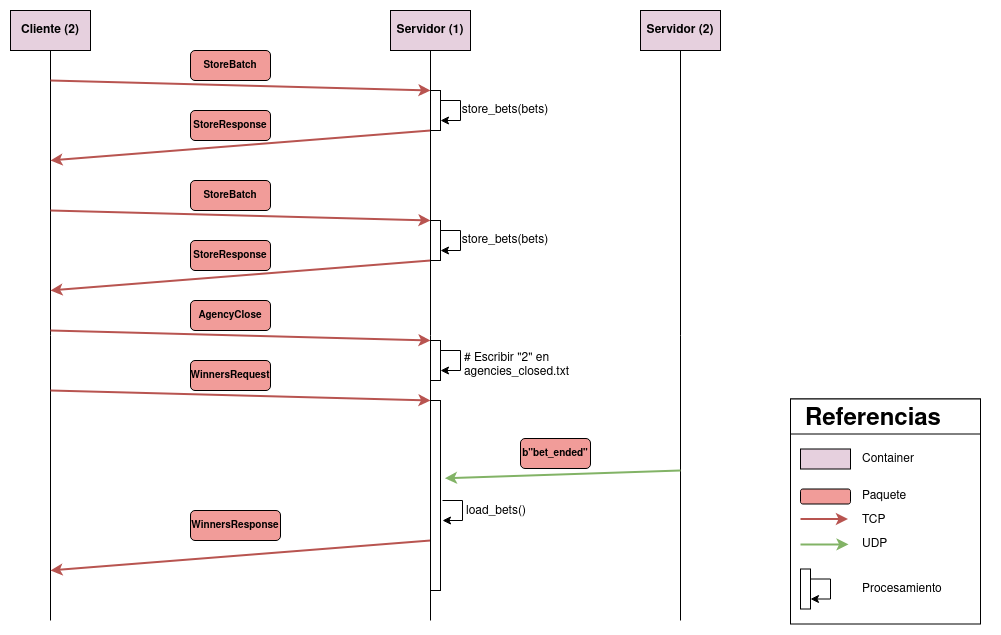
Above: resources/diagrama_seq.png in efoppiano/tp0 (draw.io), before the change. Source tidied: cells renumbered, new cells last; positions are measured from the earlier drawing's top-left corner, leaving out a move shared by most shapes.
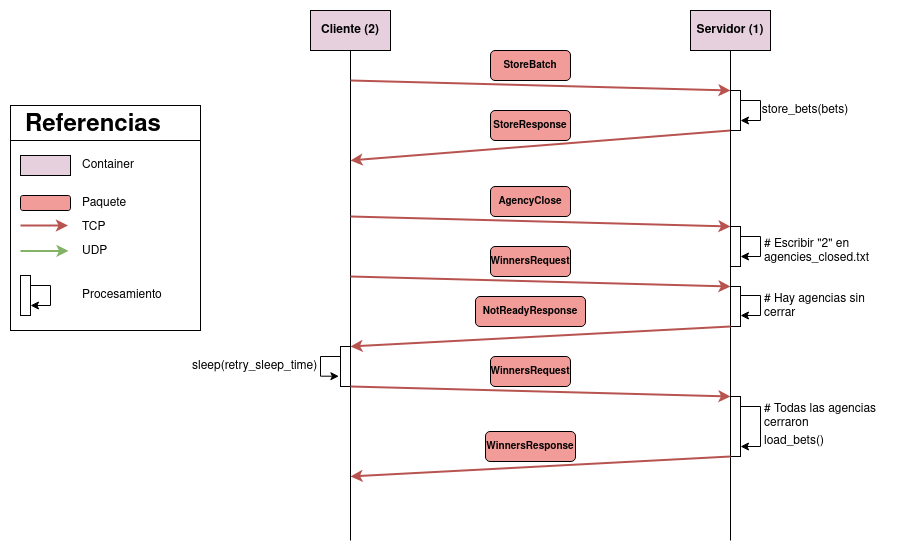
Later version of the same file.

The edit, as a diff of the source:
```diff
@@ -3,14 +3,14 @@
     <mxCell id="0" />
     <mxCell id="1" parent="0" />
     <mxCell id="2" style="rounded=0;whiteSpace=wrap;html=1;" parent="1" vertex="1">
-      <mxGeometry x="780" y="388.5" width="190" height="225" as="geometry" />
+      <mxGeometry x="-300" y="95" width="190" height="225" as="geometry" />
     </mxCell>
     <mxCell id="3" style="rounded=0;whiteSpace=wrap;html=1;" parent="1" vertex="1">
-      <mxGeometry x="780" y="388.5" width="190" height="35" as="geometry" />
+      <mxGeometry x="-300" y="95" width="190" height="35" as="geometry" />
     </mxCell>
     <mxCell id="4" style="edgeStyle=orthogonalEdgeStyle;rounded=0;jettySize=auto;html=1;endArrow=none;endFill=0;" parent="1" edge="1" source="5">
       <mxGeometry relative="1" as="geometry">
-        <mxPoint x="40" y="610" as="targetPoint" />
+        <mxPoint x="40" y="530" as="targetPoint" />
       </mxGeometry>
     </mxCell>
     <mxCell id="5" value="&lt;b&gt;Cliente&lt;/b&gt; &lt;b&gt;(2)&lt;/b&gt;" style="rounded=0;whiteSpace=wrap;html=1;fillColor=#E6D0DE;" parent="1" vertex="1">
@@ -51,163 +51,164 @@
     <mxCell id="13" value="&lt;b&gt;&lt;font style=&quot;font-size: 11px;&quot;&gt;&lt;font style=&quot;font-size: 10px;&quot;&gt;StoreResponse&lt;/font&gt;&lt;/font&gt;&lt;/b&gt;" style="rounded=1;whiteSpace=wrap;html=1;fillColor=#F19C99;" parent="1" vertex="1">
       <mxGeometry x="180" y="100" width="80" height="30" as="geometry" />
     </mxCell>
-    <mxCell id="14" style="endArrow=classic;html=1;rounded=0;fillColor=#f8cecc;strokeColor=#b85450;strokeWidth=2;" parent="1" edge="1">
-      <mxGeometry relative="1" as="geometry">
-        <mxPoint x="40" y="200" as="sourcePoint" />
-        <mxPoint x="420" y="210" as="targetPoint" />
-      </mxGeometry>
-    </mxCell>
-    <mxCell id="15" value="&lt;font style=&quot;font-size: 11px;&quot;&gt;&lt;b&gt;&lt;font style=&quot;font-size: 10px;&quot;&gt;StoreBatch&lt;/font&gt;&lt;/b&gt;&lt;/font&gt;" style="rounded=1;whiteSpace=wrap;html=1;fillColor=#F19C99;" parent="1" vertex="1">
-      <mxGeometry x="180" y="170" width="80" height="30" as="geometry" />
-    </mxCell>
-    <mxCell id="16" style="endArrow=classic;html=1;rounded=0;fillColor=#f8cecc;strokeColor=#b85450;strokeWidth=2;" parent="1" edge="1">
-      <mxGeometry relative="1" as="geometry">
-        <mxPoint x="420" y="250" as="sourcePoint" />
-        <mxPoint x="40" y="280" as="targetPoint" />
-      </mxGeometry>
-    </mxCell>
-    <mxCell id="17" value="&lt;b&gt;&lt;font style=&quot;font-size: 11px;&quot;&gt;&lt;font style=&quot;font-size: 10px;&quot;&gt;StoreResponse&lt;/font&gt;&lt;/font&gt;&lt;/b&gt;" style="rounded=1;whiteSpace=wrap;html=1;fillColor=#F19C99;" parent="1" vertex="1">
-      <mxGeometry x="180" y="230" width="80" height="30" as="geometry" />
-    </mxCell>
-    <mxCell id="18" style="rounded=0;whiteSpace=wrap;html=1;" parent="1" vertex="1">
-      <mxGeometry x="420" y="210" width="10" height="40" as="geometry" />
-    </mxCell>
-    <mxCell id="19" style="edgeStyle=orthogonalEdgeStyle;rounded=0;orthogonalLoop=1;jettySize=auto;html=1;entryX=1;entryY=0.75;entryDx=0;entryDy=0;" parent="1" edge="1" source="18" target="18">
-      <mxGeometry relative="1" as="geometry">
-        <Array as="points">
-          <mxPoint x="450" y="220" />
-          <mxPoint x="450" y="240" />
-        </Array>
-      </mxGeometry>
-    </mxCell>
-    <mxCell id="20" value="store_bets(bets)" style="text;html=1;strokeColor=none;fillColor=none;align=center;verticalAlign=middle;whiteSpace=wrap;rounded=0;" parent="1" vertex="1">
-      <mxGeometry x="450" y="215" width="90" height="30" as="geometry" />
-    </mxCell>
     <mxCell id="21" style="endArrow=classic;html=1;rounded=0;fillColor=#f8cecc;strokeColor=#b85450;strokeWidth=2;" parent="1" edge="1">
       <mxGeometry relative="1" as="geometry">
-        <mxPoint x="40" y="320" as="sourcePoint" />
-        <mxPoint x="420" y="330" as="targetPoint" />
+        <mxPoint x="40" y="206" as="sourcePoint" />
+        <mxPoint x="420" y="216" as="targetPoint" />
       </mxGeometry>
     </mxCell>
     <mxCell id="22" value="&lt;font style=&quot;font-size: 11px;&quot;&gt;&lt;font style=&quot;font-size: 10px;&quot;&gt;AgencyClose&lt;/font&gt;&lt;/font&gt;" style="rounded=1;whiteSpace=wrap;html=1;fontStyle=1;fillColor=#F19C99;" parent="1" vertex="1">
-      <mxGeometry x="180" y="290" width="80" height="30" as="geometry" />
+      <mxGeometry x="180" y="176" width="80" height="30" as="geometry" />
     </mxCell>
     <mxCell id="23" style="rounded=0;whiteSpace=wrap;html=1;" parent="1" vertex="1">
-      <mxGeometry x="420" y="330" width="10" height="40" as="geometry" />
+      <mxGeometry x="420" y="216" width="10" height="40" as="geometry" />
     </mxCell>
     <mxCell id="24" style="edgeStyle=orthogonalEdgeStyle;rounded=0;orthogonalLoop=1;jettySize=auto;html=1;entryX=1;entryY=0.75;entryDx=0;entryDy=0;" parent="1" edge="1" source="23" target="23">
       <mxGeometry relative="1" as="geometry">
         <Array as="points">
-          <mxPoint x="450" y="340" />
-          <mxPoint x="450" y="360" />
+          <mxPoint x="450" y="226" />
+          <mxPoint x="450" y="246" />
         </Array>
       </mxGeometry>
     </mxCell>
     <mxCell id="25" value="&lt;div align=&quot;left&quot;&gt;# Escribir &quot;2&quot; en agencies_closed.txt&lt;/div&gt;" style="text;html=1;strokeColor=none;fillColor=none;align=left;verticalAlign=middle;whiteSpace=wrap;rounded=0;" parent="1" vertex="1">
-      <mxGeometry x="452" y="340" width="110" height="30" as="geometry" />
+      <mxGeometry x="452" y="226" width="110" height="30" as="geometry" />
     </mxCell>
     <mxCell id="26" style="endArrow=classic;html=1;rounded=0;fillColor=#f8cecc;strokeColor=#b85450;strokeWidth=2;" parent="1" edge="1">
       <mxGeometry relative="1" as="geometry">
-        <mxPoint x="40" y="380" as="sourcePoint" />
-        <mxPoint x="420" y="390" as="targetPoint" />
+        <mxPoint x="40" y="266" as="sourcePoint" />
+        <mxPoint x="420" y="276" as="targetPoint" />
       </mxGeometry>
     </mxCell>
     <mxCell id="27" value="&lt;font style=&quot;font-size: 11px;&quot;&gt;&lt;font style=&quot;font-size: 10px;&quot;&gt;WinnersRequest&lt;/font&gt;&lt;/font&gt;" style="rounded=1;whiteSpace=wrap;html=1;fontStyle=1;fillColor=#F19C99;" parent="1" vertex="1">
-      <mxGeometry x="180" y="350" width="80" height="30" as="geometry" />
+      <mxGeometry x="180" y="236" width="80" height="30" as="geometry" />
     </mxCell>
     <mxCell id="28" style="rounded=0;whiteSpace=wrap;html=1;" parent="1" vertex="1">
-      <mxGeometry x="420" y="390" width="10" height="190" as="geometry" />
+      <mxGeometry x="420" y="276" width="10" height="40" as="geometry" />
     </mxCell>
-    <mxCell id="29" style="edgeStyle=orthogonalEdgeStyle;rounded=0;orthogonalLoop=1;jettySize=auto;html=1;entryX=1;entryY=0.75;entryDx=0;entryDy=0;" parent="1" edge="1">
+    <mxCell id="29" style="edgeStyle=orthogonalEdgeStyle;rounded=0;jettySize=auto;html=1;" parent="1" edge="1" target="59">
       <mxGeometry relative="1" as="geometry">
-        <mxPoint x="432" y="490" as="sourcePoint" />
-        <mxPoint x="432" y="510" as="targetPoint" />
+        <mxPoint x="430" y="396" as="sourcePoint" />
         <Array as="points">
-          <mxPoint x="452" y="490" />
-          <mxPoint x="452" y="510" />
+          <mxPoint x="450" y="396" />
+          <mxPoint x="450" y="436" />
         </Array>
       </mxGeometry>
     </mxCell>
     <mxCell id="30" value="&lt;div align=&quot;left&quot;&gt;load_bets()&lt;br&gt;&lt;/div&gt;" style="text;html=1;strokeColor=none;fillColor=none;align=left;verticalAlign=middle;whiteSpace=wrap;rounded=0;" parent="1" vertex="1">
-      <mxGeometry x="454" y="486" width="110" height="30" as="geometry" />
+      <mxGeometry x="452" y="416" width="110" height="30" as="geometry" />
     </mxCell>
-    <mxCell id="31" style="endArrow=classic;html=1;rounded=0;fillColor=#f8cecc;strokeColor=#b85450;strokeWidth=2;" parent="1" edge="1">
-      <mxGeometry relative="1" as="geometry">
-        <mxPoint x="420" y="530" as="sourcePoint" />
-        <mxPoint x="40" y="560" as="targetPoint" />
-      </mxGeometry>
-    </mxCell>
-    <mxCell id="32" value="&lt;font style=&quot;font-size: 11px;&quot;&gt;&lt;font style=&quot;font-size: 10px;&quot;&gt;WinnersResponse&lt;/font&gt;&lt;/font&gt;" style="rounded=1;whiteSpace=wrap;html=1;fontStyle=1;fillColor=#F19C99;" parent="1" vertex="1">
-      <mxGeometry x="180" y="500" width="90" height="30" as="geometry" />
-    </mxCell>
     <mxCell id="33" style="edgeStyle=orthogonalEdgeStyle;rounded=0;orthogonalLoop=1;jettySize=auto;html=1;endArrow=none;endFill=0;" parent="1" edge="1">
       <mxGeometry relative="1" as="geometry">
         <mxPoint x="420" y="40" as="sourcePoint" />
-        <mxPoint x="420" y="610" as="targetPoint" />
+        <mxPoint x="420" y="530" as="targetPoint" />
       </mxGeometry>
     </mxCell>
     <mxCell id="34" value="&lt;h1&gt;Referencias&lt;/h1&gt;&lt;p&gt;&lt;br&gt;&lt;/p&gt;" style="text;html=1;strokeColor=none;fillColor=none;spacing=5;spacingTop=-20;whiteSpace=wrap;overflow=hidden;rounded=0;" parent="1" vertex="1">
-      <mxGeometry x="790" y="388.5" width="190" height="120" as="geometry" />
+      <mxGeometry x="-290" y="95" width="190" height="120" as="geometry" />
     </mxCell>
     <mxCell id="35" style="rounded=0;whiteSpace=wrap;html=1;fillColor=#E6D0DE;" parent="1" vertex="1">
-      <mxGeometry x="790" y="438.5" width="50" height="20" as="geometry" />
+      <mxGeometry x="-290" y="145" width="50" height="20" as="geometry" />
     </mxCell>
     <mxCell id="36" value="&lt;div align=&quot;left&quot;&gt;Container&lt;/div&gt;" style="text;html=1;strokeColor=none;fillColor=none;align=left;verticalAlign=middle;whiteSpace=wrap;rounded=0;" parent="1" vertex="1">
-      <mxGeometry x="850" y="441" width="60" height="15" as="geometry" />
+      <mxGeometry x="-230" y="147.5" width="60" height="15" as="geometry" />
     </mxCell>
     <mxCell id="37" style="rounded=1;whiteSpace=wrap;html=1;fillColor=#F19C99;" parent="1" vertex="1">
-      <mxGeometry x="790" y="478.5" width="50" height="15" as="geometry" />
+      <mxGeometry x="-290" y="185" width="50" height="15" as="geometry" />
     </mxCell>
     <mxCell id="38" value="Paquete" style="text;html=1;strokeColor=none;fillColor=none;align=left;verticalAlign=middle;whiteSpace=wrap;rounded=0;" parent="1" vertex="1">
-      <mxGeometry x="850" y="478.5" width="60" height="15" as="geometry" />
+      <mxGeometry x="-230" y="185" width="60" height="15" as="geometry" />
     </mxCell>
     <mxCell id="39" style="endArrow=classic;html=1;rounded=0;fillColor=#f8cecc;strokeColor=#b85450;entryX=0.25;entryY=1;entryDx=0;entryDy=0;strokeWidth=2;" parent="1" edge="1" target="34">
       <mxGeometry relative="1" as="geometry">
-        <mxPoint x="790" y="508.5" as="sourcePoint" />
+        <mxPoint x="-290" y="215" as="sourcePoint" />
       </mxGeometry>
     </mxCell>
     <mxCell id="40" value="&lt;div align=&quot;left&quot;&gt;TCP&lt;/div&gt;" style="text;html=1;strokeColor=none;fillColor=none;align=left;verticalAlign=middle;whiteSpace=wrap;rounded=0;" parent="1" vertex="1">
-      <mxGeometry x="850" y="502.5" width="60" height="15" as="geometry" />
+      <mxGeometry x="-230" y="209" width="60" height="15" as="geometry" />
     </mxCell>
     <mxCell id="41" style="rounded=0;whiteSpace=wrap;html=1;" parent="1" vertex="1">
-      <mxGeometry x="790" y="558.5" width="10" height="40" as="geometry" />
+      <mxGeometry x="-290" y="265" width="10" height="40" as="geometry" />
     </mxCell>
     <mxCell id="42" style="edgeStyle=orthogonalEdgeStyle;rounded=0;orthogonalLoop=1;jettySize=auto;html=1;entryX=1;entryY=0.75;entryDx=0;entryDy=0;" parent="1" edge="1" source="41" target="41">
       <mxGeometry relative="1" as="geometry">
         <Array as="points">
-          <mxPoint x="820" y="568.5" />
-          <mxPoint x="820" y="588.5" />
+          <mxPoint x="-260" y="275" />
+          <mxPoint x="-260" y="295" />
         </Array>
       </mxGeometry>
     </mxCell>
     <mxCell id="43" value="Procesamiento" style="text;html=1;strokeColor=none;fillColor=none;align=left;verticalAlign=middle;whiteSpace=wrap;rounded=0;" parent="1" vertex="1">
-      <mxGeometry x="850" y="571" width="60" height="15" as="geometry" />
+      <mxGeometry x="-230" y="277.5" width="60" height="15" as="geometry" />
     </mxCell>
-    <mxCell id="44" value="Servidor (2)" style="rounded=0;whiteSpace=wrap;html=1;fontStyle=1;fillColor=#E6D0DE;" parent="1" vertex="1">
-      <mxGeometry x="630" width="80" height="40" as="geometry" />
-    </mxCell>
-    <mxCell id="45" style="edgeStyle=orthogonalEdgeStyle;rounded=0;orthogonalLoop=1;jettySize=auto;html=1;endArrow=none;endFill=0;" parent="1" edge="1">
-      <mxGeometry relative="1" as="geometry">
-        <mxPoint x="670" y="40" as="sourcePoint" />
-        <mxPoint x="670" y="610" as="targetPoint" />
-      </mxGeometry>
-    </mxCell>
-    <mxCell id="46" style="endArrow=classic;html=1;rounded=0;fillColor=#d5e8d4;strokeColor=#82b366;entryX=1.441;entryY=0.409;entryDx=0;entryDy=0;entryPerimeter=0;strokeWidth=2;" parent="1" edge="1" target="28">
-      <mxGeometry relative="1" as="geometry">
-        <mxPoint x="670" y="460" as="sourcePoint" />
-      </mxGeometry>
-    </mxCell>
-    <mxCell id="47" value="&lt;font style=&quot;font-size: 11px;&quot;&gt;&lt;font style=&quot;font-size: 10px;&quot;&gt;b&quot;bet_ended&quot;&lt;/font&gt;&lt;/font&gt;" style="rounded=1;whiteSpace=wrap;html=1;fontStyle=1;fillColor=#F19C99;" parent="1" vertex="1">
-      <mxGeometry x="510" y="428" width="70" height="30" as="geometry" />
-    </mxCell>
     <mxCell id="48" value="UDP" style="text;html=1;strokeColor=none;fillColor=none;align=left;verticalAlign=middle;whiteSpace=wrap;rounded=0;" parent="1" vertex="1">
-      <mxGeometry x="850" y="526.5" width="60" height="15" as="geometry" />
+      <mxGeometry x="-230" y="233" width="60" height="15" as="geometry" />
     </mxCell>
     <mxCell id="49" style="endArrow=classic;html=1;rounded=0;fillColor=#d5e8d4;strokeColor=#82b366;entryX=0.25;entryY=1;entryDx=0;entryDy=0;strokeWidth=2;" parent="1" edge="1">
       <mxGeometry relative="1" as="geometry">
-        <mxPoint x="790" y="533.9" as="sourcePoint" />
-        <mxPoint x="838" y="533.9" as="targetPoint" />
+        <mxPoint x="-290" y="240.4" as="sourcePoint" />
+        <mxPoint x="-242" y="240.4" as="targetPoint" />
       </mxGeometry>
     </mxCell>
+    <mxCell id="50" style="edgeStyle=orthogonalEdgeStyle;rounded=0;orthogonalLoop=1;jettySize=auto;html=1;entryX=1;entryY=0.75;entryDx=0;entryDy=0;" parent="1" edge="1">
+      <mxGeometry relative="1" as="geometry">
+        <mxPoint x="430" y="285" as="sourcePoint" />
+        <mxPoint x="430" y="305" as="targetPoint" />
+        <Array as="points">
+          <mxPoint x="450" y="285" />
+          <mxPoint x="450" y="305" />
+        </Array>
+      </mxGeometry>
+    </mxCell>
+    <mxCell id="51" value="# Hay agencias sin cerrar" style="text;html=1;strokeColor=none;fillColor=none;align=left;verticalAlign=middle;whiteSpace=wrap;rounded=0;" parent="1" vertex="1">
+      <mxGeometry x="452" y="281" width="128" height="30" as="geometry" />
+    </mxCell>
+    <mxCell id="52" style="endArrow=classic;html=1;rounded=0;fillColor=#f8cecc;strokeColor=#b85450;strokeWidth=2;" parent="1" edge="1">
+      <mxGeometry relative="1" as="geometry">
+        <mxPoint x="420" y="316" as="sourcePoint" />
+        <mxPoint x="40" y="336" as="targetPoint" />
+      </mxGeometry>
+    </mxCell>
+    <mxCell id="53" value="&lt;font style=&quot;font-size: 11px;&quot;&gt;&lt;font style=&quot;font-size: 10px;&quot;&gt;NotReadyResponse&lt;/font&gt;&lt;/font&gt;" style="rounded=1;whiteSpace=wrap;html=1;fontStyle=1;fillColor=#F19C99;" parent="1" vertex="1">
+      <mxGeometry x="165" y="286" width="110" height="30" as="geometry" />
+    </mxCell>
+    <mxCell id="54" style="rounded=0;whiteSpace=wrap;html=1;" parent="1" vertex="1">
+      <mxGeometry x="30" y="336" width="10" height="40" as="geometry" />
+    </mxCell>
+    <mxCell id="55" style="edgeStyle=orthogonalEdgeStyle;rounded=0;orthogonalLoop=1;jettySize=auto;html=1;entryX=-0.162;entryY=0.743;entryDx=0;entryDy=0;exitX=0;exitY=0.25;exitDx=0;exitDy=0;entryPerimeter=0;" parent="1" edge="1" source="54" target="54">
+      <mxGeometry relative="1" as="geometry">
+        <Array as="points">
+          <mxPoint x="10" y="346" />
+          <mxPoint x="10" y="366" />
+        </Array>
+      </mxGeometry>
+    </mxCell>
+    <mxCell id="56" value="sleep(retry_sleep_time)" style="text;html=1;strokeColor=none;fillColor=none;align=left;verticalAlign=middle;whiteSpace=wrap;rounded=0;" parent="1" vertex="1">
+      <mxGeometry x="-120" y="341" width="128" height="30" as="geometry" />
+    </mxCell>
+    <mxCell id="57" style="endArrow=classic;html=1;rounded=0;fillColor=#f8cecc;strokeColor=#b85450;strokeWidth=2;" parent="1" edge="1">
+      <mxGeometry relative="1" as="geometry">
+        <mxPoint x="40" y="376" as="sourcePoint" />
+        <mxPoint x="420" y="386" as="targetPoint" />
+      </mxGeometry>
+    </mxCell>
+    <mxCell id="58" value="&lt;font style=&quot;font-size: 11px;&quot;&gt;&lt;font style=&quot;font-size: 10px;&quot;&gt;WinnersRequest&lt;/font&gt;&lt;/font&gt;" style="rounded=1;whiteSpace=wrap;html=1;fontStyle=1;fillColor=#F19C99;" parent="1" vertex="1">
+      <mxGeometry x="180" y="346" width="80" height="30" as="geometry" />
+    </mxCell>
+    <mxCell id="59" style="rounded=0;whiteSpace=wrap;html=1;" parent="1" vertex="1">
+      <mxGeometry x="420" y="386" width="10" height="60" as="geometry" />
+    </mxCell>
+    <mxCell id="60" value="# Todas las agencias cerraron" style="text;html=1;strokeColor=none;fillColor=none;align=left;verticalAlign=middle;whiteSpace=wrap;rounded=0;" parent="1" vertex="1">
+      <mxGeometry x="452" y="391" width="128" height="30" as="geometry" />
+    </mxCell>
+    <mxCell id="61" style="endArrow=classic;html=1;rounded=0;fillColor=#f8cecc;strokeColor=#b85450;strokeWidth=2;" parent="1" edge="1">
+      <mxGeometry relative="1" as="geometry">
+        <mxPoint x="420" y="446" as="sourcePoint" />
+        <mxPoint x="40" y="466" as="targetPoint" />
+      </mxGeometry>
+    </mxCell>
+    <mxCell id="32" value="&lt;font style=&quot;font-size: 11px;&quot;&gt;&lt;font style=&quot;font-size: 10px;&quot;&gt;WinnersResponse&lt;/font&gt;&lt;/font&gt;" style="rounded=1;whiteSpace=wrap;html=1;fontStyle=1;fillColor=#F19C99;" parent="1" vertex="1">
+      <mxGeometry x="175" y="421" width="90" height="30" as="geometry" />
+    </mxCell>
   </root>
 </mxGraphModel>
```
